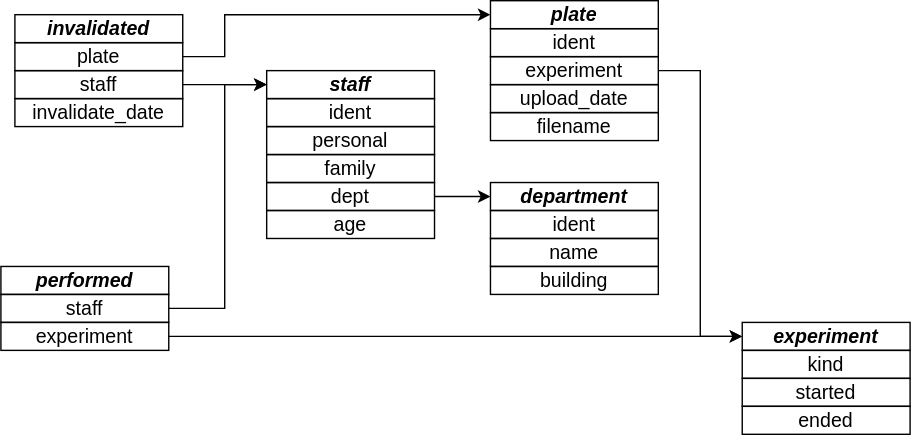
Before: 02_questions/tools_assays_tables.svg, a diagram exported from draw.io (gvwilson/sql). Source tidied: cells renumbered, new cells last; positions are measured from the earlier drawing's top-left corner, leaving out a move shared by most shapes. Source of this version:
```xml
<mxGraphModel>
  <root>
    <mxCell id="0" />
    <mxCell id="1" parent="0" />
    <mxCell id="2" value="&lt;b style=&quot;font-size: 14px;&quot;&gt;&lt;i style=&quot;font-size: 14px;&quot;&gt;invalidated&lt;/i&gt;&lt;/b&gt;" style="rounded=0;whiteSpace=wrap;html=1;fillColor=none;fontSize=14;" parent="1" vertex="1">
      <mxGeometry x="10" y="10" width="120" height="20" as="geometry" />
    </mxCell>
    <mxCell id="3" value="plate" style="rounded=0;whiteSpace=wrap;html=1;fillColor=none;fontSize=14;" parent="1" vertex="1">
      <mxGeometry x="10" y="30" width="120" height="20" as="geometry" />
    </mxCell>
    <mxCell id="4" value="staff" style="rounded=0;whiteSpace=wrap;html=1;fillColor=none;fontSize=14;" parent="1" vertex="1">
      <mxGeometry x="10" y="50" width="120" height="20" as="geometry" />
    </mxCell>
    <mxCell id="5" value="invalidate_date" style="rounded=0;whiteSpace=wrap;html=1;fillColor=none;fontSize=14;" parent="1" vertex="1">
      <mxGeometry x="10" y="70" width="120" height="20" as="geometry" />
    </mxCell>
    <mxCell id="6" value="&lt;b style=&quot;font-size: 14px;&quot;&gt;&lt;i style=&quot;font-size: 14px;&quot;&gt;staff&lt;/i&gt;&lt;/b&gt;" style="rounded=0;whiteSpace=wrap;html=1;fillColor=none;fontSize=14;" parent="1" vertex="1">
      <mxGeometry x="190" y="50" width="120" height="20" as="geometry" />
    </mxCell>
    <mxCell id="7" value="ident" style="rounded=0;whiteSpace=wrap;html=1;fillColor=none;fontSize=14;" parent="1" vertex="1">
      <mxGeometry x="190" y="70" width="120" height="20" as="geometry" />
    </mxCell>
    <mxCell id="8" value="personal" style="rounded=0;whiteSpace=wrap;html=1;fillColor=none;fontSize=14;" parent="1" vertex="1">
      <mxGeometry x="190" y="90" width="120" height="20" as="geometry" />
    </mxCell>
    <mxCell id="9" value="family" style="rounded=0;whiteSpace=wrap;html=1;fillColor=none;fontSize=14;" parent="1" vertex="1">
      <mxGeometry x="190" y="110" width="120" height="20" as="geometry" />
    </mxCell>
    <mxCell id="10" value="dept" style="rounded=0;whiteSpace=wrap;html=1;fillColor=none;fontSize=14;" parent="1" vertex="1">
      <mxGeometry x="190" y="130" width="120" height="20" as="geometry" />
    </mxCell>
    <mxCell id="11" value="age" style="rounded=0;whiteSpace=wrap;html=1;fillColor=none;fontSize=14;" parent="1" vertex="1">
      <mxGeometry x="190" y="150" width="120" height="20" as="geometry" />
    </mxCell>
    <mxCell id="12" value="&lt;b style=&quot;font-size: 14px;&quot;&gt;&lt;i style=&quot;font-size: 14px;&quot;&gt;performed&lt;/i&gt;&lt;/b&gt;" style="rounded=0;whiteSpace=wrap;html=1;fillColor=none;fontSize=14;" parent="1" vertex="1">
      <mxGeometry y="190" width="120" height="20" as="geometry" />
    </mxCell>
    <mxCell id="13" value="staff" style="rounded=0;whiteSpace=wrap;html=1;fillColor=none;fontSize=14;" parent="1" vertex="1">
      <mxGeometry y="210" width="120" height="20" as="geometry" />
    </mxCell>
    <mxCell id="14" value="experiment" style="rounded=0;whiteSpace=wrap;html=1;fillColor=none;fontSize=14;" parent="1" vertex="1">
      <mxGeometry y="230" width="120" height="20" as="geometry" />
    </mxCell>
    <mxCell id="15" value="&lt;b style=&quot;font-size: 14px;&quot;&gt;&lt;i style=&quot;font-size: 14px;&quot;&gt;plate&lt;/i&gt;&lt;/b&gt;" style="rounded=0;whiteSpace=wrap;html=1;fillColor=none;fontSize=14;" parent="1" vertex="1">
      <mxGeometry x="350" width="120" height="20" as="geometry" />
    </mxCell>
    <mxCell id="16" value="ident" style="rounded=0;whiteSpace=wrap;html=1;fillColor=none;fontSize=14;" parent="1" vertex="1">
      <mxGeometry x="350" y="20" width="120" height="20" as="geometry" />
    </mxCell>
    <mxCell id="17" value="experiment" style="rounded=0;whiteSpace=wrap;html=1;fillColor=none;fontSize=14;" parent="1" vertex="1">
      <mxGeometry x="350" y="40" width="120" height="20" as="geometry" />
    </mxCell>
    <mxCell id="18" value="upload_date" style="rounded=0;whiteSpace=wrap;html=1;fillColor=none;fontSize=14;" parent="1" vertex="1">
      <mxGeometry x="350" y="60" width="120" height="20" as="geometry" />
    </mxCell>
    <mxCell id="19" value="filename" style="rounded=0;whiteSpace=wrap;html=1;fillColor=none;fontSize=14;" parent="1" vertex="1">
      <mxGeometry x="350" y="80" width="120" height="20" as="geometry" />
    </mxCell>
    <mxCell id="20" value="&lt;b style=&quot;font-size: 14px;&quot;&gt;&lt;i style=&quot;font-size: 14px;&quot;&gt;department&lt;/i&gt;&lt;/b&gt;" style="rounded=0;whiteSpace=wrap;html=1;fillColor=none;fontSize=14;" parent="1" vertex="1">
      <mxGeometry x="350" y="130" width="120" height="20" as="geometry" />
    </mxCell>
    <mxCell id="21" value="ident" style="rounded=0;whiteSpace=wrap;html=1;fillColor=none;fontSize=14;" parent="1" vertex="1">
      <mxGeometry x="350" y="150" width="120" height="20" as="geometry" />
    </mxCell>
    <mxCell id="22" value="name" style="rounded=0;whiteSpace=wrap;html=1;fillColor=none;fontSize=14;" parent="1" vertex="1">
      <mxGeometry x="350" y="170" width="120" height="20" as="geometry" />
    </mxCell>
    <mxCell id="23" value="building" style="rounded=0;whiteSpace=wrap;html=1;fillColor=none;fontSize=14;" parent="1" vertex="1">
      <mxGeometry x="350" y="190" width="120" height="20" as="geometry" />
    </mxCell>
    <mxCell id="24" value="&lt;b style=&quot;font-size: 14px;&quot;&gt;&lt;i style=&quot;font-size: 14px;&quot;&gt;experiment&lt;/i&gt;&lt;/b&gt;" style="rounded=0;whiteSpace=wrap;html=1;fillColor=none;fontSize=14;" parent="1" vertex="1">
      <mxGeometry x="530" y="230" width="120" height="20" as="geometry" />
    </mxCell>
    <mxCell id="25" value="kind" style="rounded=0;whiteSpace=wrap;html=1;fillColor=none;fontSize=14;" parent="1" vertex="1">
      <mxGeometry x="530" y="250" width="120" height="20" as="geometry" />
    </mxCell>
    <mxCell id="26" value="started" style="rounded=0;whiteSpace=wrap;html=1;fillColor=none;fontSize=14;" parent="1" vertex="1">
      <mxGeometry x="530" y="270" width="120" height="20" as="geometry" />
    </mxCell>
    <mxCell id="27" value="ended" style="rounded=0;whiteSpace=wrap;html=1;fillColor=none;fontSize=14;" parent="1" vertex="1">
      <mxGeometry x="530" y="290" width="120" height="20" as="geometry" />
    </mxCell>
    <mxCell id="28" style="endArrow=classic;html=1;rounded=0;exitX=1;exitY=0.5;exitDx=0;exitDy=0;entryX=0;entryY=0.5;entryDx=0;entryDy=0;fontSize=14;" parent="1" edge="1" source="3" target="15">
      <mxGeometry relative="1" as="geometry">
        <Array as="points">
          <mxPoint x="160" y="40" />
          <mxPoint x="160" y="10" />
        </Array>
      </mxGeometry>
    </mxCell>
    <mxCell id="29" style="endArrow=classic;html=1;rounded=0;exitX=1;exitY=0.5;exitDx=0;exitDy=0;entryX=0;entryY=0.5;entryDx=0;entryDy=0;fontSize=14;" parent="1" edge="1" source="4" target="6">
      <mxGeometry relative="1" as="geometry" />
    </mxCell>
    <mxCell id="30" style="endArrow=classic;html=1;rounded=0;exitX=1;exitY=0.5;exitDx=0;exitDy=0;entryX=0;entryY=0.5;entryDx=0;entryDy=0;fontSize=14;" parent="1" edge="1" source="10" target="20">
      <mxGeometry relative="1" as="geometry" />
    </mxCell>
    <mxCell id="31" style="endArrow=classic;html=1;rounded=0;entryX=0;entryY=0.5;entryDx=0;entryDy=0;exitX=1;exitY=0.5;exitDx=0;exitDy=0;fontSize=14;" parent="1" edge="1" source="17" target="24">
      <mxGeometry relative="1" as="geometry">
        <Array as="points">
          <mxPoint x="500" y="50" />
          <mxPoint x="500" y="240" />
        </Array>
      </mxGeometry>
    </mxCell>
    <mxCell id="32" style="endArrow=classic;html=1;rounded=0;exitX=1;exitY=0.5;exitDx=0;exitDy=0;entryX=0;entryY=0.5;entryDx=0;entryDy=0;fontSize=14;" parent="1" edge="1" source="13" target="6">
      <mxGeometry relative="1" as="geometry">
        <Array as="points">
          <mxPoint x="160" y="220" />
          <mxPoint x="160" y="60" />
        </Array>
      </mxGeometry>
    </mxCell>
    <mxCell id="33" style="endArrow=classic;html=1;rounded=0;exitX=1;exitY=0.5;exitDx=0;exitDy=0;entryX=0;entryY=0.5;entryDx=0;entryDy=0;fontSize=14;" parent="1" edge="1" source="14" target="24">
      <mxGeometry relative="1" as="geometry" />
    </mxCell>
  </root>
</mxGraphModel>
```
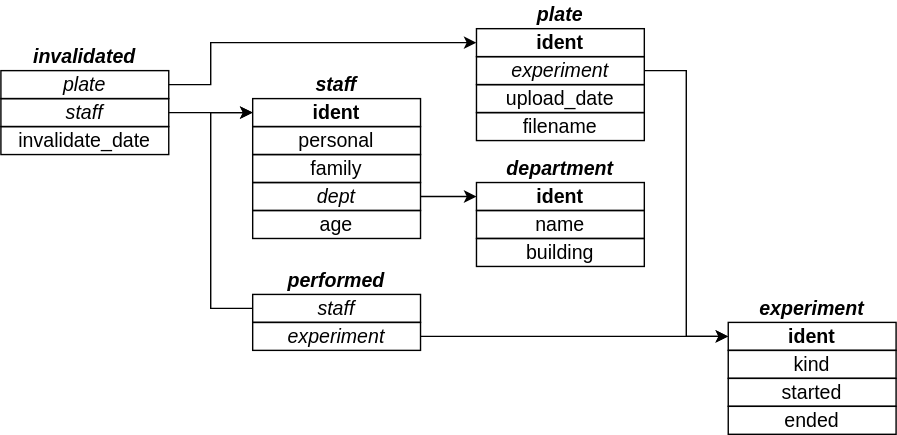
Above is the later version.

Change to the diagram source:
```diff
@@ -2,22 +2,22 @@
   <root>
     <mxCell id="0" />
     <mxCell id="1" parent="0" />
-    <mxCell id="2" value="&lt;b style=&quot;font-size: 14px;&quot;&gt;&lt;i style=&quot;font-size: 14px;&quot;&gt;invalidated&lt;/i&gt;&lt;/b&gt;" style="rounded=0;whiteSpace=wrap;html=1;fillColor=none;fontSize=14;" parent="1" vertex="1">
-      <mxGeometry x="10" y="10" width="120" height="20" as="geometry" />
+    <mxCell id="2" value="&lt;b style=&quot;font-size: 14px;&quot;&gt;&lt;i style=&quot;font-size: 14px;&quot;&gt;invalidated&lt;/i&gt;&lt;/b&gt;" style="rounded=0;whiteSpace=wrap;html=1;fillColor=none;fontSize=14;strokeColor=none;" parent="1" vertex="1">
+      <mxGeometry x="10" y="30" width="120" height="20" as="geometry" />
     </mxCell>
-    <mxCell id="3" value="plate" style="rounded=0;whiteSpace=wrap;html=1;fillColor=none;fontSize=14;" parent="1" vertex="1">
-      <mxGeometry x="10" y="30" width="120" height="20" as="geometry" />
+    <mxCell id="3" value="plate" style="rounded=0;whiteSpace=wrap;html=1;fillColor=none;fontSize=14;fontStyle=2;" parent="1" vertex="1">
+      <mxGeometry x="10" y="50" width="120" height="20" as="geometry" />
     </mxCell>
-    <mxCell id="4" value="staff" style="rounded=0;whiteSpace=wrap;html=1;fillColor=none;fontSize=14;" parent="1" vertex="1">
-      <mxGeometry x="10" y="50" width="120" height="20" as="geometry" />
+    <mxCell id="4" value="staff" style="rounded=0;whiteSpace=wrap;html=1;fillColor=none;fontSize=14;fontStyle=2;" parent="1" vertex="1">
+      <mxGeometry x="10" y="70" width="120" height="20" as="geometry" />
     </mxCell>
     <mxCell id="5" value="invalidate_date" style="rounded=0;whiteSpace=wrap;html=1;fillColor=none;fontSize=14;" parent="1" vertex="1">
-      <mxGeometry x="10" y="70" width="120" height="20" as="geometry" />
+      <mxGeometry x="10" y="90" width="120" height="20" as="geometry" />
     </mxCell>
-    <mxCell id="6" value="&lt;b style=&quot;font-size: 14px;&quot;&gt;&lt;i style=&quot;font-size: 14px;&quot;&gt;staff&lt;/i&gt;&lt;/b&gt;" style="rounded=0;whiteSpace=wrap;html=1;fillColor=none;fontSize=14;" parent="1" vertex="1">
+    <mxCell id="6" value="&lt;b style=&quot;font-size: 14px;&quot;&gt;&lt;i style=&quot;font-size: 14px;&quot;&gt;staff&lt;/i&gt;&lt;/b&gt;" style="rounded=0;whiteSpace=wrap;html=1;fillColor=none;fontSize=14;strokeColor=none;" parent="1" vertex="1">
       <mxGeometry x="190" y="50" width="120" height="20" as="geometry" />
     </mxCell>
-    <mxCell id="7" value="ident" style="rounded=0;whiteSpace=wrap;html=1;fillColor=none;fontSize=14;" parent="1" vertex="1">
+    <mxCell id="7" value="ident" style="rounded=0;whiteSpace=wrap;html=1;fillColor=none;fontSize=14;fontStyle=1;" parent="1" vertex="1">
       <mxGeometry x="190" y="70" width="120" height="20" as="geometry" />
     </mxCell>
     <mxCell id="8" value="personal" style="rounded=0;whiteSpace=wrap;html=1;fillColor=none;fontSize=14;" parent="1" vertex="1">
@@ -26,28 +26,28 @@
     <mxCell id="9" value="family" style="rounded=0;whiteSpace=wrap;html=1;fillColor=none;fontSize=14;" parent="1" vertex="1">
       <mxGeometry x="190" y="110" width="120" height="20" as="geometry" />
     </mxCell>
-    <mxCell id="10" value="dept" style="rounded=0;whiteSpace=wrap;html=1;fillColor=none;fontSize=14;" parent="1" vertex="1">
+    <mxCell id="10" value="dept" style="rounded=0;whiteSpace=wrap;html=1;fillColor=none;fontSize=14;fontStyle=2;" parent="1" vertex="1">
       <mxGeometry x="190" y="130" width="120" height="20" as="geometry" />
     </mxCell>
     <mxCell id="11" value="age" style="rounded=0;whiteSpace=wrap;html=1;fillColor=none;fontSize=14;" parent="1" vertex="1">
       <mxGeometry x="190" y="150" width="120" height="20" as="geometry" />
     </mxCell>
-    <mxCell id="12" value="&lt;b style=&quot;font-size: 14px;&quot;&gt;&lt;i style=&quot;font-size: 14px;&quot;&gt;performed&lt;/i&gt;&lt;/b&gt;" style="rounded=0;whiteSpace=wrap;html=1;fillColor=none;fontSize=14;" parent="1" vertex="1">
-      <mxGeometry y="190" width="120" height="20" as="geometry" />
+    <mxCell id="12" value="&lt;b style=&quot;font-size: 14px;&quot;&gt;&lt;i style=&quot;font-size: 14px;&quot;&gt;performed&lt;/i&gt;&lt;/b&gt;" style="rounded=0;whiteSpace=wrap;html=1;fillColor=none;fontSize=14;strokeColor=none;" parent="1" vertex="1">
+      <mxGeometry x="190" y="190" width="120" height="20" as="geometry" />
     </mxCell>
-    <mxCell id="13" value="staff" style="rounded=0;whiteSpace=wrap;html=1;fillColor=none;fontSize=14;" parent="1" vertex="1">
-      <mxGeometry y="210" width="120" height="20" as="geometry" />
+    <mxCell id="13" value="staff" style="rounded=0;whiteSpace=wrap;html=1;fillColor=none;fontSize=14;fontStyle=2;" parent="1" vertex="1">
+      <mxGeometry x="190" y="210" width="120" height="20" as="geometry" />
     </mxCell>
-    <mxCell id="14" value="experiment" style="rounded=0;whiteSpace=wrap;html=1;fillColor=none;fontSize=14;" parent="1" vertex="1">
-      <mxGeometry y="230" width="120" height="20" as="geometry" />
+    <mxCell id="14" value="experiment" style="rounded=0;whiteSpace=wrap;html=1;fillColor=none;fontSize=14;fontStyle=2;" parent="1" vertex="1">
+      <mxGeometry x="190" y="230" width="120" height="20" as="geometry" />
     </mxCell>
-    <mxCell id="15" value="&lt;b style=&quot;font-size: 14px;&quot;&gt;&lt;i style=&quot;font-size: 14px;&quot;&gt;plate&lt;/i&gt;&lt;/b&gt;" style="rounded=0;whiteSpace=wrap;html=1;fillColor=none;fontSize=14;" parent="1" vertex="1">
+    <mxCell id="15" value="&lt;b style=&quot;font-size: 14px;&quot;&gt;&lt;i style=&quot;font-size: 14px;&quot;&gt;plate&lt;/i&gt;&lt;/b&gt;" style="rounded=0;whiteSpace=wrap;html=1;fillColor=none;fontSize=14;strokeColor=none;" parent="1" vertex="1">
       <mxGeometry x="350" width="120" height="20" as="geometry" />
     </mxCell>
-    <mxCell id="16" value="ident" style="rounded=0;whiteSpace=wrap;html=1;fillColor=none;fontSize=14;" parent="1" vertex="1">
+    <mxCell id="16" value="ident" style="rounded=0;whiteSpace=wrap;html=1;fillColor=none;fontSize=14;fontStyle=1;" parent="1" vertex="1">
       <mxGeometry x="350" y="20" width="120" height="20" as="geometry" />
     </mxCell>
-    <mxCell id="17" value="experiment" style="rounded=0;whiteSpace=wrap;html=1;fillColor=none;fontSize=14;" parent="1" vertex="1">
+    <mxCell id="17" value="experiment" style="rounded=0;whiteSpace=wrap;html=1;fillColor=none;fontSize=14;fontStyle=2;" parent="1" vertex="1">
       <mxGeometry x="350" y="40" width="120" height="20" as="geometry" />
     </mxCell>
     <mxCell id="18" value="upload_date" style="rounded=0;whiteSpace=wrap;html=1;fillColor=none;fontSize=14;" parent="1" vertex="1">
@@ -56,20 +56,20 @@
     <mxCell id="19" value="filename" style="rounded=0;whiteSpace=wrap;html=1;fillColor=none;fontSize=14;" parent="1" vertex="1">
       <mxGeometry x="350" y="80" width="120" height="20" as="geometry" />
     </mxCell>
-    <mxCell id="20" value="&lt;b style=&quot;font-size: 14px;&quot;&gt;&lt;i style=&quot;font-size: 14px;&quot;&gt;department&lt;/i&gt;&lt;/b&gt;" style="rounded=0;whiteSpace=wrap;html=1;fillColor=none;fontSize=14;" parent="1" vertex="1">
-      <mxGeometry x="350" y="130" width="120" height="20" as="geometry" />
+    <mxCell id="20" value="&lt;b style=&quot;font-size: 14px;&quot;&gt;&lt;i style=&quot;font-size: 14px;&quot;&gt;department&lt;/i&gt;&lt;/b&gt;" style="rounded=0;whiteSpace=wrap;html=1;fillColor=none;fontSize=14;strokeColor=none;" parent="1" vertex="1">
+      <mxGeometry x="350" y="110" width="120" height="20" as="geometry" />
     </mxCell>
-    <mxCell id="21" value="ident" style="rounded=0;whiteSpace=wrap;html=1;fillColor=none;fontSize=14;" parent="1" vertex="1">
-      <mxGeometry x="350" y="150" width="120" height="20" as="geometry" />
+    <mxCell id="21" value="ident" style="rounded=0;whiteSpace=wrap;html=1;fillColor=none;fontSize=14;fontStyle=1;" parent="1" vertex="1">
+      <mxGeometry x="350" y="130" width="120" height="20" as="geometry" />
     </mxCell>
     <mxCell id="22" value="name" style="rounded=0;whiteSpace=wrap;html=1;fillColor=none;fontSize=14;" parent="1" vertex="1">
-      <mxGeometry x="350" y="170" width="120" height="20" as="geometry" />
+      <mxGeometry x="350" y="150" width="120" height="20" as="geometry" />
     </mxCell>
     <mxCell id="23" value="building" style="rounded=0;whiteSpace=wrap;html=1;fillColor=none;fontSize=14;" parent="1" vertex="1">
-      <mxGeometry x="350" y="190" width="120" height="20" as="geometry" />
+      <mxGeometry x="350" y="170" width="120" height="20" as="geometry" />
     </mxCell>
-    <mxCell id="24" value="&lt;b style=&quot;font-size: 14px;&quot;&gt;&lt;i style=&quot;font-size: 14px;&quot;&gt;experiment&lt;/i&gt;&lt;/b&gt;" style="rounded=0;whiteSpace=wrap;html=1;fillColor=none;fontSize=14;" parent="1" vertex="1">
-      <mxGeometry x="530" y="230" width="120" height="20" as="geometry" />
+    <mxCell id="24" value="&lt;b style=&quot;font-size: 14px;&quot;&gt;&lt;i style=&quot;font-size: 14px;&quot;&gt;experiment&lt;/i&gt;&lt;/b&gt;" style="rounded=0;whiteSpace=wrap;html=1;fillColor=none;fontSize=14;strokeColor=none;" parent="1" vertex="1">
+      <mxGeometry x="530" y="210" width="120" height="20" as="geometry" />
     </mxCell>
     <mxCell id="25" value="kind" style="rounded=0;whiteSpace=wrap;html=1;fillColor=none;fontSize=14;" parent="1" vertex="1">
       <mxGeometry x="530" y="250" width="120" height="20" as="geometry" />
@@ -80,21 +80,21 @@
     <mxCell id="27" value="ended" style="rounded=0;whiteSpace=wrap;html=1;fillColor=none;fontSize=14;" parent="1" vertex="1">
       <mxGeometry x="530" y="290" width="120" height="20" as="geometry" />
     </mxCell>
-    <mxCell id="28" style="endArrow=classic;html=1;rounded=0;exitX=1;exitY=0.5;exitDx=0;exitDy=0;entryX=0;entryY=0.5;entryDx=0;entryDy=0;fontSize=14;" parent="1" edge="1" source="3" target="15">
+    <mxCell id="28" style="endArrow=classic;html=1;rounded=0;exitX=1;exitY=0.5;exitDx=0;exitDy=0;entryX=0;entryY=0.5;entryDx=0;entryDy=0;fontSize=14;" parent="1" edge="1" source="3" target="16">
       <mxGeometry relative="1" as="geometry">
         <Array as="points">
-          <mxPoint x="160" y="40" />
-          <mxPoint x="160" y="10" />
+          <mxPoint x="160" y="60" />
+          <mxPoint x="160" y="30" />
         </Array>
       </mxGeometry>
     </mxCell>
-    <mxCell id="29" style="endArrow=classic;html=1;rounded=0;exitX=1;exitY=0.5;exitDx=0;exitDy=0;entryX=0;entryY=0.5;entryDx=0;entryDy=0;fontSize=14;" parent="1" edge="1" source="4" target="6">
+    <mxCell id="29" style="endArrow=classic;html=1;rounded=0;exitX=1;exitY=0.5;exitDx=0;exitDy=0;entryX=0;entryY=0.5;entryDx=0;entryDy=0;fontSize=14;" parent="1" edge="1" source="4" target="7">
       <mxGeometry relative="1" as="geometry" />
     </mxCell>
-    <mxCell id="30" style="endArrow=classic;html=1;rounded=0;exitX=1;exitY=0.5;exitDx=0;exitDy=0;entryX=0;entryY=0.5;entryDx=0;entryDy=0;fontSize=14;" parent="1" edge="1" source="10" target="20">
+    <mxCell id="30" style="endArrow=classic;html=1;rounded=0;exitX=1;exitY=0.5;exitDx=0;exitDy=0;entryX=0;entryY=0.5;entryDx=0;entryDy=0;fontSize=14;" parent="1" edge="1" source="10" target="21">
       <mxGeometry relative="1" as="geometry" />
     </mxCell>
-    <mxCell id="31" style="endArrow=classic;html=1;rounded=0;entryX=0;entryY=0.5;entryDx=0;entryDy=0;exitX=1;exitY=0.5;exitDx=0;exitDy=0;fontSize=14;" parent="1" edge="1" source="17" target="24">
+    <mxCell id="31" style="endArrow=classic;html=1;rounded=0;entryX=0;entryY=0.5;entryDx=0;entryDy=0;exitX=1;exitY=0.5;exitDx=0;exitDy=0;fontSize=14;" parent="1" edge="1" source="17" target="34">
       <mxGeometry relative="1" as="geometry">
         <Array as="points">
           <mxPoint x="500" y="50" />
@@ -102,16 +102,19 @@
         </Array>
       </mxGeometry>
     </mxCell>
-    <mxCell id="32" style="endArrow=classic;html=1;rounded=0;exitX=1;exitY=0.5;exitDx=0;exitDy=0;entryX=0;entryY=0.5;entryDx=0;entryDy=0;fontSize=14;" parent="1" edge="1" source="13" target="6">
+    <mxCell id="32" style="endArrow=classic;html=1;rounded=0;exitX=0;exitY=0.5;exitDx=0;exitDy=0;entryX=0;entryY=0.5;entryDx=0;entryDy=0;fontSize=14;" parent="1" edge="1" source="13" target="7">
       <mxGeometry relative="1" as="geometry">
         <Array as="points">
           <mxPoint x="160" y="220" />
-          <mxPoint x="160" y="60" />
+          <mxPoint x="160" y="80" />
         </Array>
       </mxGeometry>
     </mxCell>
-    <mxCell id="33" style="endArrow=classic;html=1;rounded=0;exitX=1;exitY=0.5;exitDx=0;exitDy=0;entryX=0;entryY=0.5;entryDx=0;entryDy=0;fontSize=14;" parent="1" edge="1" source="14" target="24">
+    <mxCell id="33" style="endArrow=classic;html=1;rounded=0;exitX=1;exitY=0.5;exitDx=0;exitDy=0;fontSize=14;entryX=0;entryY=0.5;entryDx=0;entryDy=0;" parent="1" edge="1" source="14" target="34">
       <mxGeometry relative="1" as="geometry" />
     </mxCell>
+    <mxCell id="34" value="ident" style="rounded=0;whiteSpace=wrap;html=1;fillColor=none;fontSize=14;fontStyle=1;" parent="1" vertex="1">
+      <mxGeometry x="530" y="230" width="120" height="20" as="geometry" />
+    </mxCell>
   </root>
 </mxGraphModel>
```
